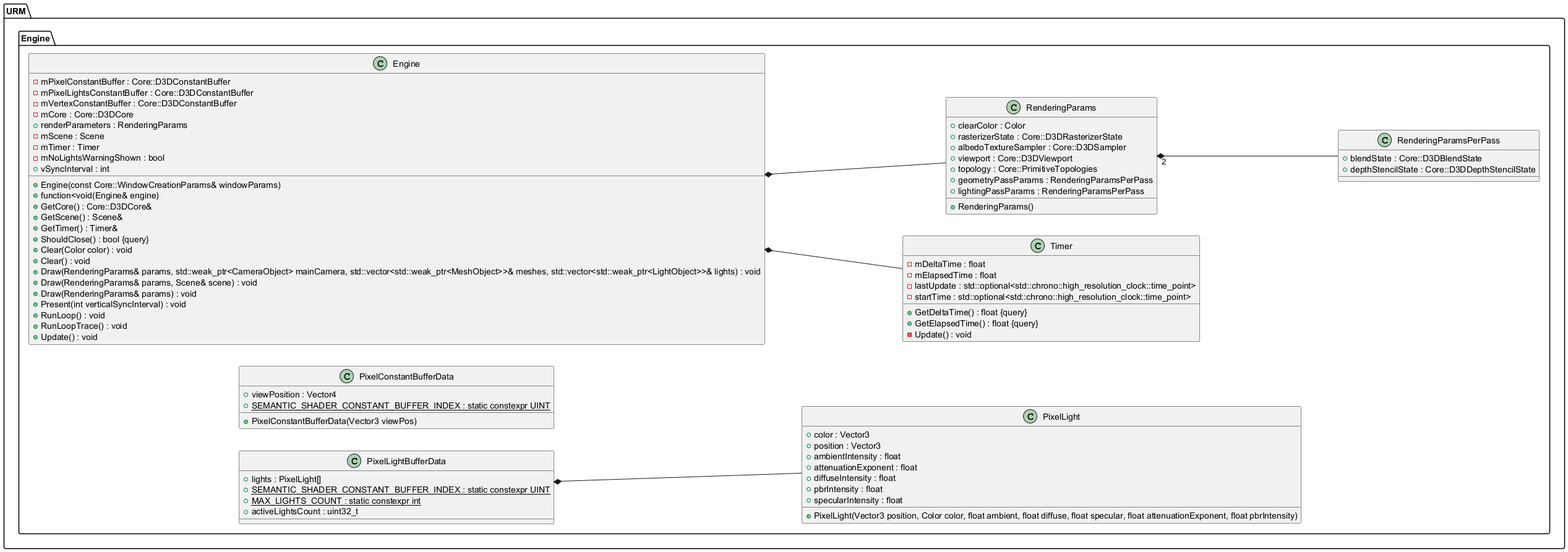
This is Latex/images/UML/engine.png from MinikPLayer/MasterThesis_UniversalRenderingModule_D3D11, a PlantUML export, as it was before one commit.
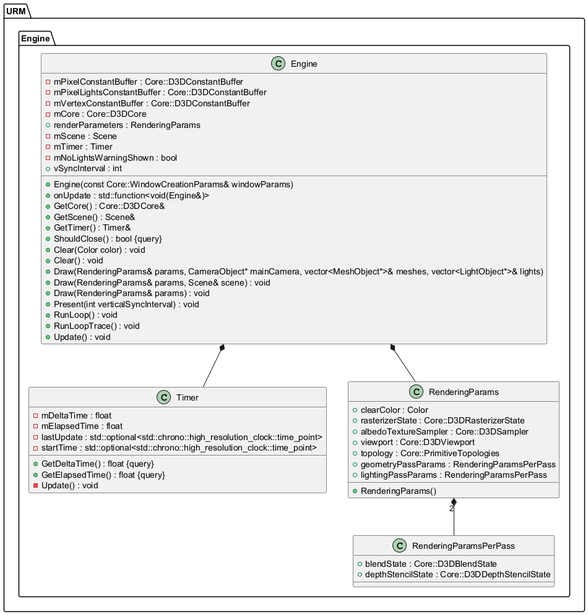
Later version of the same file.

The edit, as a diff of the source:
```diff
@@ -1,5 +1,5 @@
 @startuml
-left to right direction
+top to bottom direction
 
 
 
@@ -10,7 +10,7 @@
 	namespace Engine {
 		class Engine {
 			+Engine(const Core::WindowCreationParams& windowParams)
-			+function<void(Engine& engine)
+			+onUpdate : std::function<void(Engine&)>
 			-mPixelConstantBuffer : Core::D3DConstantBuffer
 			-mPixelLightsConstantBuffer : Core::D3DConstantBuffer
 			-mVertexConstantBuffer : Core::D3DConstantBuffer
@@ -26,7 +26,7 @@
 			+vSyncInterval : int
 			+Clear(Color color) : void
 			+Clear() : void
-			+Draw(RenderingParams& params, std::weak_ptr<CameraObject> mainCamera, std::vector<std::weak_ptr<MeshObject>>& meshes, std::vector<std::weak_ptr<LightObject>>& lights) : void
+			+Draw(RenderingParams& params, CameraObject* mainCamera, vector<MeshObject*>& meshes, vector<LightObject*>& lights)
 			+Draw(RenderingParams& params, Scene& scene) : void
 			+Draw(RenderingParams& params) : void
 			+Present(int verticalSyncInterval) : void
@@ -43,30 +43,6 @@
 			-lastUpdate : std::optional<std::chrono::high_resolution_clock::time_point>
 			-startTime : std::optional<std::chrono::high_resolution_clock::time_point>
 			-Update() : void
-		}
-
-		class PixelConstantBufferData {
-			+PixelConstantBufferData(Vector3 viewPos)
-			+viewPosition : Vector4
-			+{static} SEMANTIC_SHADER_CONSTANT_BUFFER_INDEX : static constexpr UINT
-		}
-
-		class PixelLight {
-			+PixelLight(Vector3 position, Color color, float ambient, float diffuse, float specular, float attenuationExponent, float pbrIntensity)
-			+color : Vector3
-			+position : Vector3
-			+ambientIntensity : float
-			+attenuationExponent : float
-			+diffuseIntensity : float
-			+pbrIntensity : float
-			+specularIntensity : float
-		}
-
-		class PixelLightBufferData {
-			+lights : PixelLight[]
-			+{static} SEMANTIC_SHADER_CONSTANT_BUFFER_INDEX : static constexpr UINT
-			+{static} MAX_LIGHTS_COUNT : static constexpr int
-			+activeLightsCount : uint32_t
 		}
 
 		class RenderingParams {
@@ -102,9 +78,6 @@
 URM.Engine.Engine *-- URM.Engine.Timer
 
 
-URM.Engine.PixelLightBufferData *-- URM.Engine.PixelLight
-
-
 URM.Engine.RenderingParams "2" *-- URM.Engine.RenderingParamsPerPass
 
 
```
